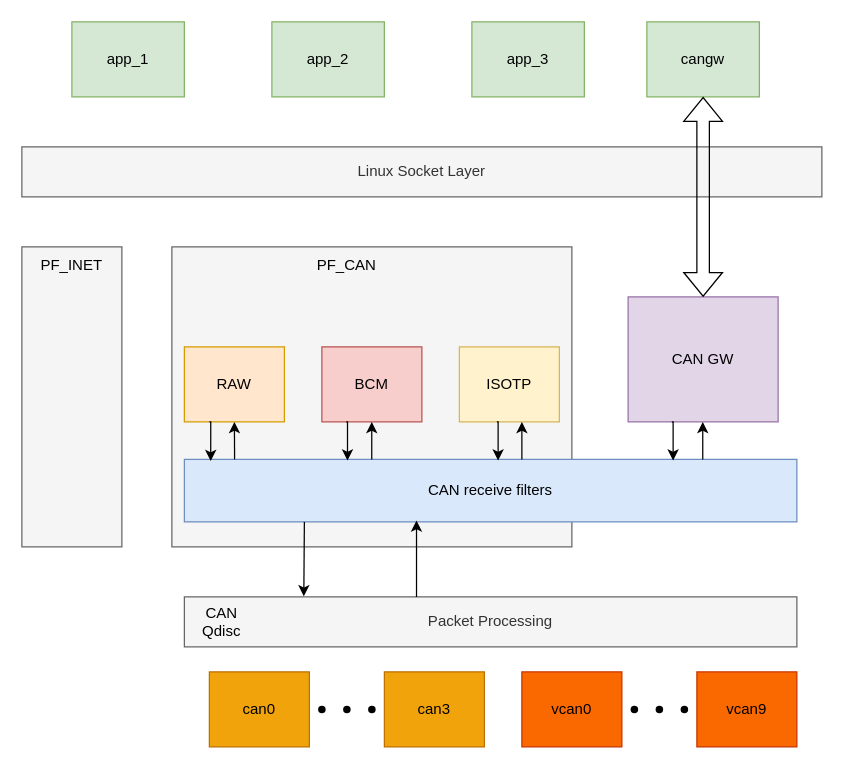
Earlier version of the draw.io diagram Linux_CAN.drawio (da0p/diagram-notes). Source tidied: cells renumbered, new cells numbered last; positions are measured from the earlier drawing's top-left corner, leaving out a move shared by most shapes. Both pictures are drawn from the tidied source at 125%, with x=0, y=0 at pixel (21, 21).
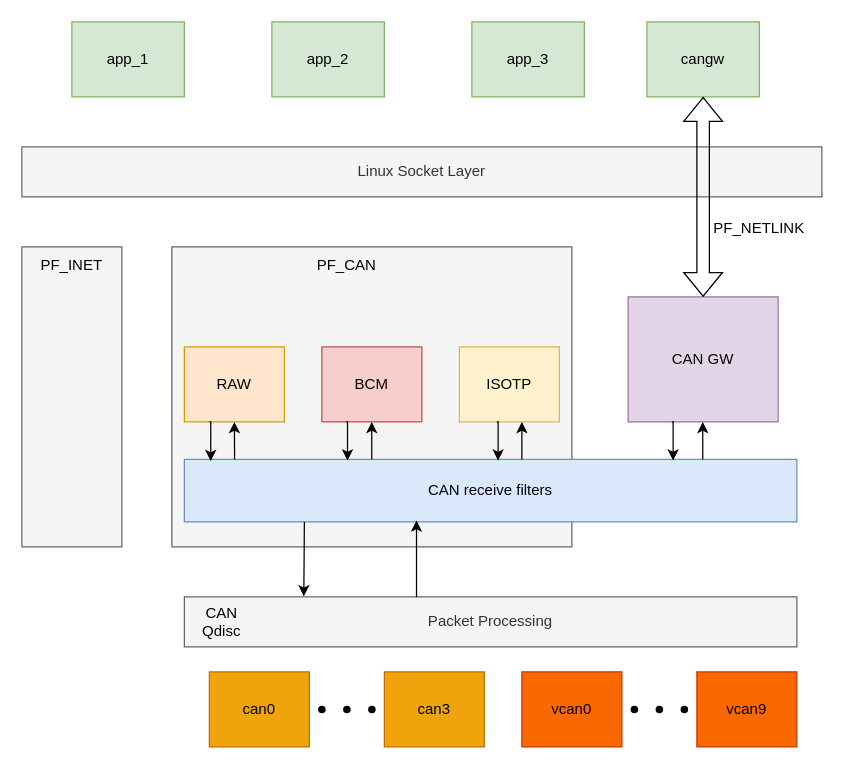
Above is the later version.

Diff of the diagram source:
```diff
@@
+    <mxCell id="39" value="PF_NETLINK" style="text;html=1;align=center;verticalAlign=middle;whiteSpace=wrap;rounded=0;" parent="1" vertex="1">
+      <mxGeometry x="560" y="150" width="60" height="30" as="geometry" />
+    </mxCell>
```
